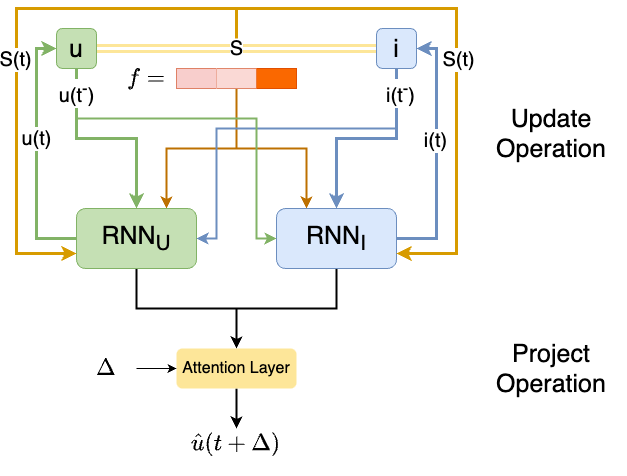
The draw.io diagram figures/04_JODIE_with_state.png in AnnaJiang1308/TUM-Thesis-for-Informatics-Template, before a commit. Source tidied: cells renumbered, new cells last; positions are measured from the earlier drawing's top-left corner, leaving out a move shared by most shapes.
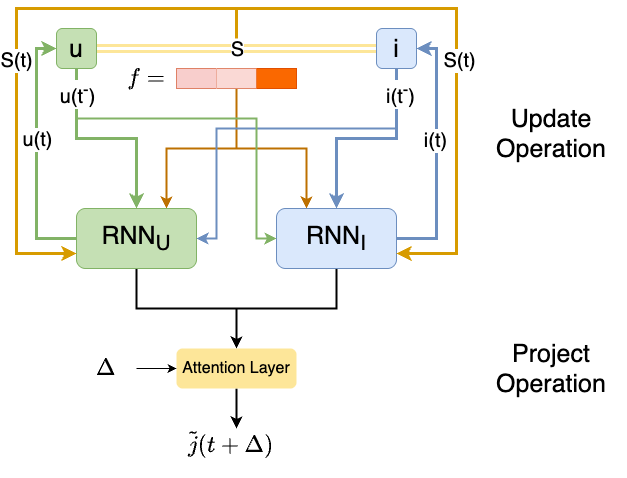
Above is the later version.

What changed in the source:
```diff
@@ -119,8 +119,10 @@
         <mxPoint x="313" y="-15" as="offset" />
       </mxGeometry>
     </mxCell>
-    <mxCell id="28" style="edgeStyle=orthogonalEdgeStyle;rounded=0;jettySize=auto;html=1;entryX=0.5;entryY=0;entryDx=0;entryDy=0;fontSize=20;strokeWidth=2;" parent="1" edge="1" source="29" target="32">
-      <mxGeometry relative="1" as="geometry" />
+    <mxCell id="28" style="edgeStyle=orthogonalEdgeStyle;rounded=0;jettySize=auto;html=1;entryX=0.5;entryY=0;entryDx=0;entryDy=0;fontSize=20;strokeWidth=2;" parent="1" edge="1" source="29">
+      <mxGeometry relative="1" as="geometry">
+        <mxPoint x="220" y="420" as="targetPoint" />
+      </mxGeometry>
     </mxCell>
     <mxCell id="29" value="&lt;font style=&quot;font-size: 16px;&quot;&gt;Attention Layer&lt;/font&gt;" style="whiteSpace=wrap;html=1;rounded=1;fillColor=#FDE699;strokeColor=none;" parent="1" vertex="1">
       <mxGeometry x="160" y="340" width="120" height="40" as="geometry" />
@@ -131,9 +133,6 @@
     <mxCell id="31" value="&lt;span style=&quot;font-size: 20px;&quot;&gt;$$\Delta$$&lt;/span&gt;" style="text;html=1;align=center;verticalAlign=middle;whiteSpace=wrap;rounded=0;" parent="1" vertex="1">
       <mxGeometry x="60" y="345" width="60" height="30" as="geometry" />
     </mxCell>
-    <mxCell id="32" value="&lt;font style=&quot;font-size: 20px;&quot;&gt;$$\hat{u}(t+ \Delta)$$&lt;/font&gt;" style="text;html=1;align=center;verticalAlign=middle;whiteSpace=wrap;rounded=0;" parent="1" vertex="1">
-      <mxGeometry x="155" y="420" width="130" height="30" as="geometry" />
-    </mxCell>
     <mxCell id="33" value="&lt;div style=&quot;&quot;&gt;&lt;div&gt;&lt;span style=&quot;font-size: 25px; background-color: initial;&quot;&gt;Update&lt;/span&gt;&lt;/div&gt;&lt;div style=&quot;font-size: 25px;&quot;&gt;Operation&lt;/div&gt;&lt;/div&gt;" style="text;html=1;align=center;verticalAlign=middle;whiteSpace=wrap;rounded=0;" parent="1" vertex="1">
       <mxGeometry x="460" y="87.4" width="150" height="75.2" as="geometry" />
     </mxCell>
@@ -171,5 +170,8 @@
         <mxPoint x="-453" y="-9" as="offset" />
       </mxGeometry>
     </mxCell>
+    <mxCell id="39" value="&lt;font style=&quot;font-size: 20px;&quot;&gt;$$\widetilde{j}(t+ \Delta)$$&lt;/font&gt;" style="text;html=1;align=center;verticalAlign=middle;whiteSpace=wrap;rounded=0;" parent="1" vertex="1">
+      <mxGeometry x="150" y="420" width="130" height="30" as="geometry" />
+    </mxCell>
   </root>
 </mxGraphModel>
```
